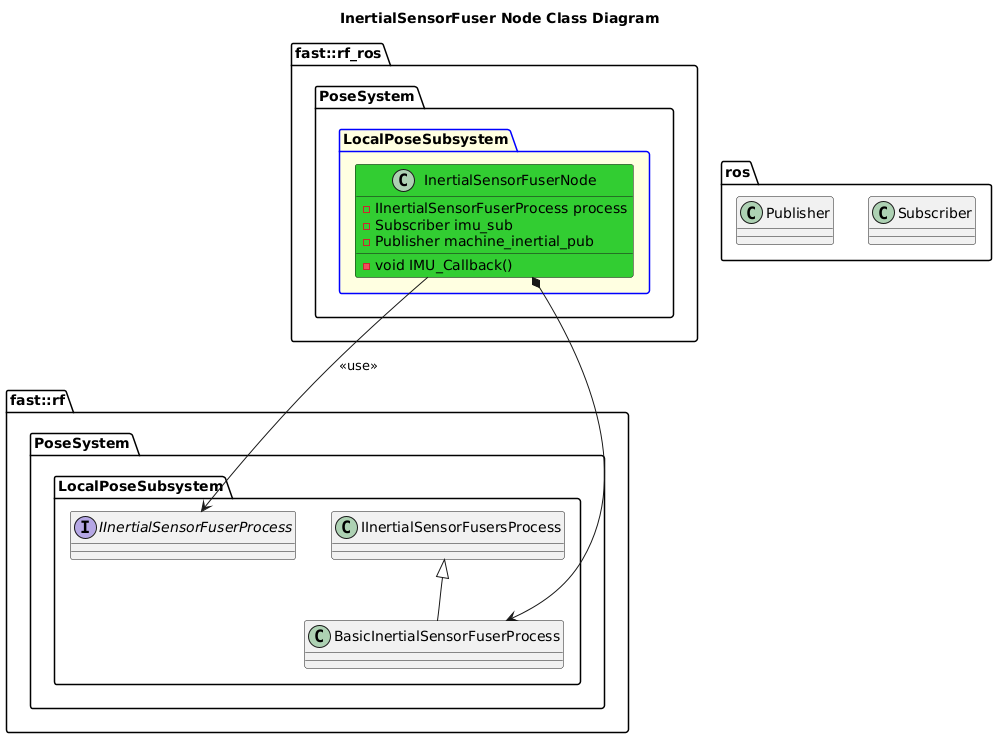
Before: Systems/Pose/Subsystems/LocalPose/Nodes/InertialSensorFuser/doc/puml/InertialSensorFuserNodeClassDiagram.png, a diagram exported from PlantUML (fastrobotics/robot_framework_ros). Its diagram source:
```plantuml
@startuml
title InertialSensorFuser Node Class Diagram

namespace ros {
    class Subscriber
    class Publisher
}
namespace fast::rf {
    namespace PoseSystem {
        namespace LocalPoseSubsystem {
            interface IInertialSensorFuserProcess
            class BasicInertialSensorFuserProcess
            BasicInertialSensorFuserProcess -up-|> IInertialSensorFusersProcess
        }
    }
}
namespace fast::rf_ros {
   namespace PoseSystem {
        package LocalPoseSubsystem #LightYellow;line:blue {
            class InertialSensorFuserNode #LimeGreen {
                -IInertialSensorFuserProcess process
                -void IMU_Callback()
                -Subscriber imu_sub
                -Publisher machine_inertial_pub
            }
            InertialSensorFuserNode --> IInertialSensorFuserProcess: <<use>>
            InertialSensorFuserNode *-> BasicInertialSensorFuserProcess
        }
    }
}
@enduml
```
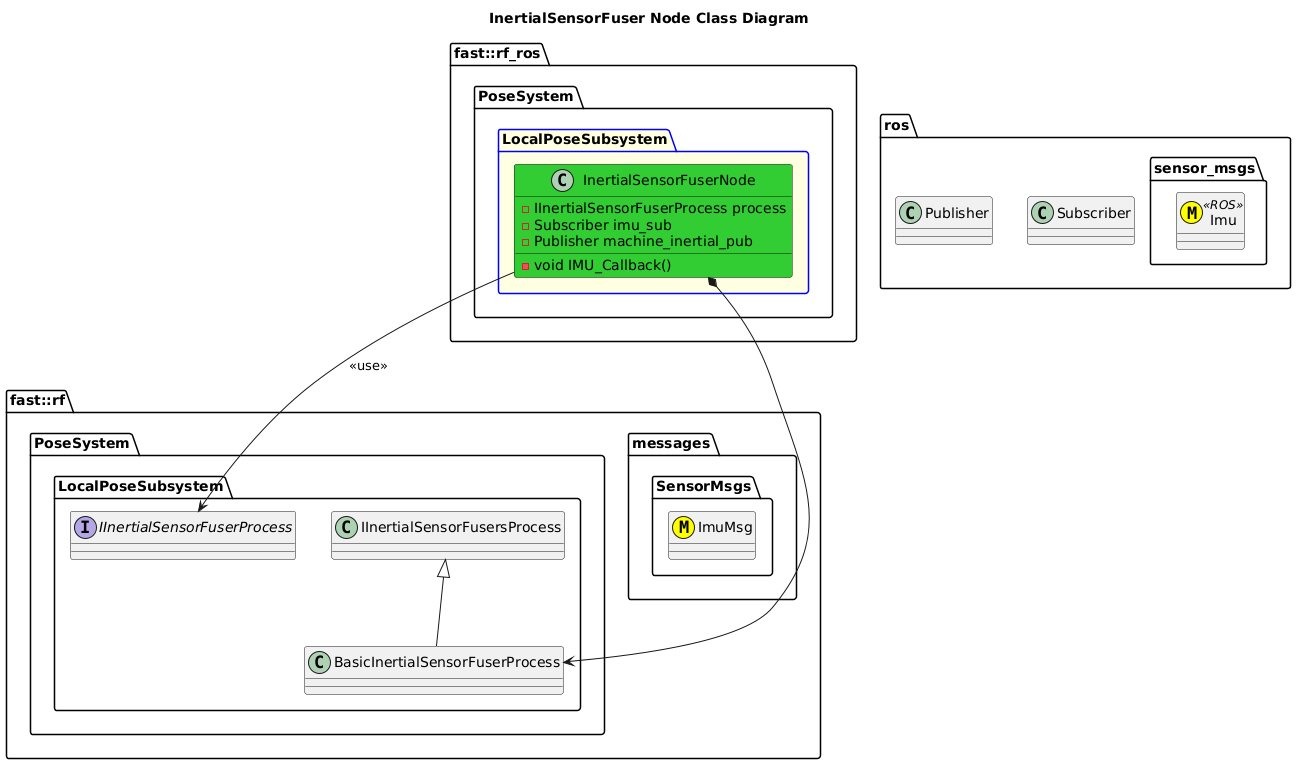
Later version of the same file.

Diff of the diagram source:
```diff
@@ -4,8 +4,16 @@
 namespace ros {
     class Subscriber
     class Publisher
+    namespace sensor_msgs {
+        class Imu <<(M,#FFFF00)>> <<ROS>>
+    }
 }
 namespace fast::rf {
+    namespace messages {
+        namespace SensorMsgs {
+            class ImuMsg <<(M,#FFFF00)>>
+        }
+    }
     namespace PoseSystem {
         namespace LocalPoseSubsystem {
             interface IInertialSensorFuserProcess
```
